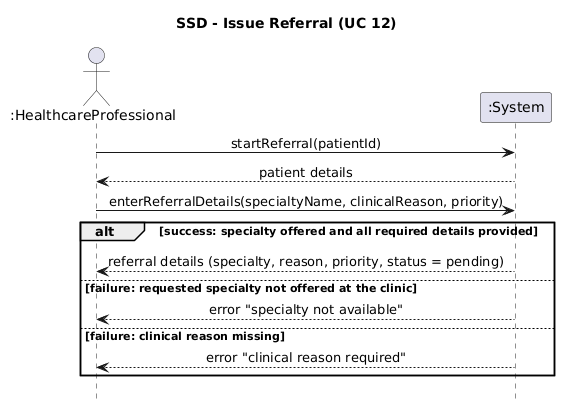
The PlantUML diagram artifacts/iteration2/sequence_diagram_issue_referral.png in Adambench/Soen-342-Project, before a commit. Its diagram source:
```plantuml
@startuml
title SSD - Issue Referral (UC 12)
hide footbox
skinparam sequenceMessageAlign center

actor ":HealthcareProfessional" as Prof
participant ":System" as Sys

Prof -> Sys : startReferral(patientId)
Sys --> Prof : patient details

Prof -> Sys : enterReferralDetails(specialtyName, clinicalReason, priority)

alt success: specialty offered and all required details provided
  Sys --> Prof : referral details (specialty, reason, priority, status = pending)
else failure: requested specialty not offered at the clinic
  Sys --> Prof : error "specialty not available"
else failure: clinical reason missing
  Sys --> Prof : error "clinical reason required"
end
@enduml
```
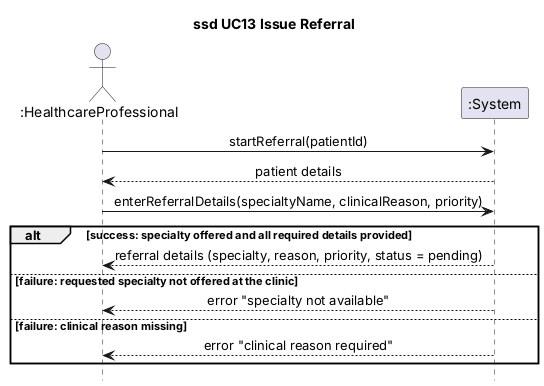
The same diagram one commit later.

Commit message:
refined SSD

Change to the diagram source:
```diff
@@ -1,5 +1,5 @@
-@startuml
-title SSD - Issue Referral (UC 12)
+@startuml ssd_issue_referral
+title ssd UC13 Issue Referral
 hide footbox
 skinparam sequenceMessageAlign center
 
@@ -18,4 +18,5 @@
 else failure: clinical reason missing
   Sys --> Prof : error "clinical reason required"
 end
+
 @enduml
```
